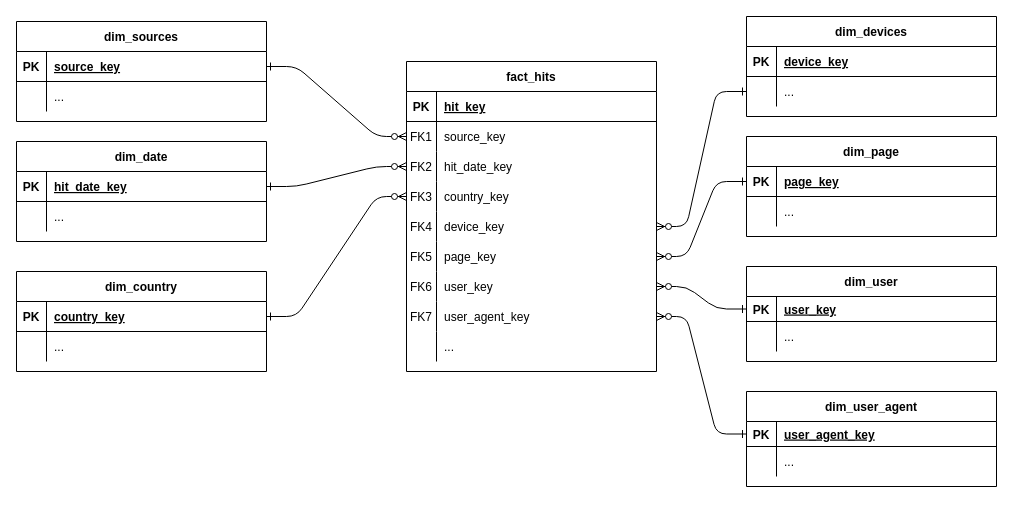
vijay-palanisamy-1986/FedEx keeps this draw.io diagram as _assignment/FedEx - Data model - DWH.drawio. Above is the earlier version. Source tidied: cells renumbered, new cells numbered last; positions are measured from the earlier drawing's top-left corner, leaving out a move shared by most shapes. Both pictures are drawn from the tidied source at 100%, with x=0, y=0 at pixel (16, 16).
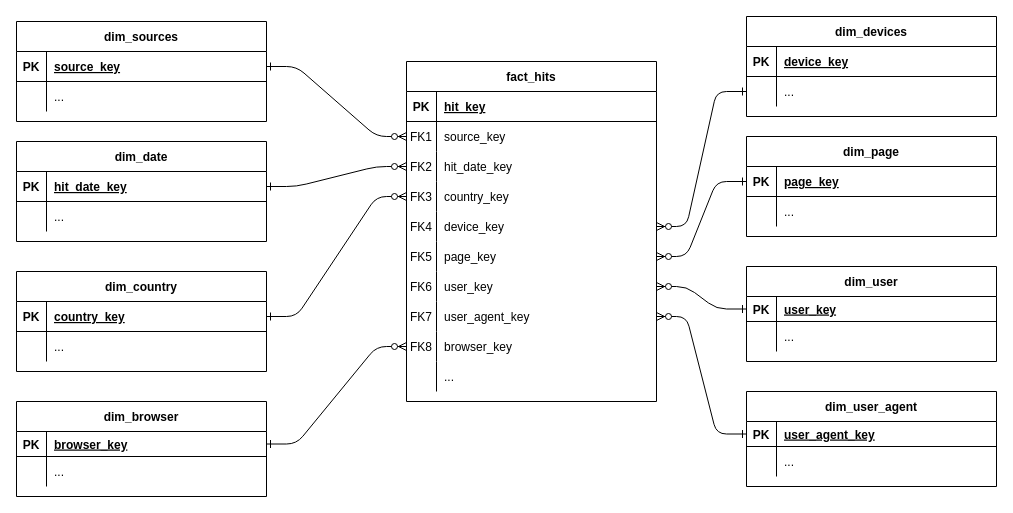
Above is the later version.

Commit message (it also covers changes not shown here):
(new) Adding browser dimension

The change refers to these unchanged cells:
```xml
<mxCell id="29" style="shape=partialRectangle;fillColor=none;points=[[0,0.5],[1,0.5]];portConstraint=eastwest;top=0;left=0;right=0;bottom=0;" parent="4" vertex="1">
  <mxGeometry y="270" width="250" height="30" as="geometry" />
</mxCell>
```

Diff of the diagram source:
```diff
@@
     <mxCell id="4" value="fact_hits" style="shape=table;startSize=30;childLayout=tableLayout;rowLines=0;fontStyle=1;align=center;" parent="1" vertex="1">
-      <mxGeometry x="390" y="45" width="250" height="310" as="geometry" />
+      <mxGeometry x="390" y="45" width="250" height="340" as="geometry" />
     </mxCell>
@@
-    <mxCell id="30" style="shape=partialRectangle;overflow=hidden;fillColor=none;top=0;left=0;bottom=0;right=0;" parent="29" vertex="1">
+    <mxCell id="30" value="FK8" style="shape=partialRectangle;overflow=hidden;fillColor=none;top=0;left=0;bottom=0;right=0;" parent="29" vertex="1">
       <mxGeometry width="30" height="30" as="geometry" />
     </mxCell>
-    <mxCell id="31" value="..." style="shape=partialRectangle;overflow=hidden;fillColor=none;top=0;left=0;bottom=0;right=0;align=left;spacingLeft=6;" parent="29" vertex="1">
+    <mxCell id="31" value="browser_key" style="shape=partialRectangle;overflow=hidden;fillColor=none;top=0;left=0;bottom=0;right=0;align=left;spacingLeft=6;" parent="29" vertex="1">
       <mxGeometry x="30" width="220" height="30" as="geometry" />
     </mxCell>
+    <mxCell id="86" style="shape=partialRectangle;fillColor=none;top=0;left=0;right=0;bottom=0;" parent="4" vertex="1">
+      <mxGeometry y="300" width="250" height="30" as="geometry" />
+    </mxCell>
+    <mxCell id="87" style="shape=partialRectangle;overflow=hidden;fillColor=none;top=0;left=0;bottom=0;right=0;" parent="86" vertex="1">
+      <mxGeometry width="30" height="30" as="geometry" />
+    </mxCell>
+    <mxCell id="88" value="..." style="shape=partialRectangle;overflow=hidden;fillColor=none;top=0;left=0;bottom=0;right=0;align=left;spacingLeft=6;" parent="86" vertex="1">
+      <mxGeometry x="30" width="220" height="30" as="geometry" />
+    </mxCell>
@@
+    <mxCell id="89" value="dim_browser" style="shape=table;startSize=30;childLayout=tableLayout;rowLines=0;fontStyle=1;align=center;" parent="1" vertex="1">
+      <mxGeometry y="385" width="250" height="95" as="geometry" />
+    </mxCell>
+    <mxCell id="90" style="shape=partialRectangle;fillColor=none;points=[[0,0.5],[1,0.5]];portConstraint=eastwest;top=0;left=0;right=0;bottom=1;" parent="89" vertex="1">
+      <mxGeometry y="30" width="250" height="25" as="geometry" />
+    </mxCell>
+    <mxCell id="91" value="PK" style="shape=partialRectangle;overflow=hidden;fillColor=none;top=0;left=0;bottom=0;right=0;fontStyle=1;" parent="90" vertex="1">
+      <mxGeometry width="30" height="25" as="geometry" />
+    </mxCell>
+    <mxCell id="92" value="browser_key" style="shape=partialRectangle;overflow=hidden;fillColor=none;top=0;left=0;bottom=0;right=0;align=left;spacingLeft=6;fontStyle=5;" parent="90" vertex="1">
+      <mxGeometry x="30" width="220" height="25" as="geometry" />
+    </mxCell>
+    <mxCell id="93" style="shape=partialRectangle;fillColor=none;top=0;left=0;right=0;bottom=0;" parent="89" vertex="1">
+      <mxGeometry y="55" width="250" height="30" as="geometry" />
+    </mxCell>
+    <mxCell id="94" style="shape=partialRectangle;overflow=hidden;fillColor=none;top=0;left=0;bottom=0;right=0;" parent="93" vertex="1">
+      <mxGeometry width="30" height="30" as="geometry" />
+    </mxCell>
+    <mxCell id="95" value="..." style="shape=partialRectangle;overflow=hidden;fillColor=none;top=0;left=0;bottom=0;right=0;align=left;spacingLeft=6;" parent="93" vertex="1">
+      <mxGeometry x="30" width="220" height="30" as="geometry" />
+    </mxCell>
+    <mxCell id="96" style="edgeStyle=entityRelationEdgeStyle;endArrow=ERzeroToMany;startArrow=ERone;endFill=1;startFill=0;exitX=1;exitY=0.5;exitDx=0;exitDy=0;entryX=0;entryY=0.5;entryDx=0;entryDy=0;" parent="1" edge="1" source="90" target="29">
+      <mxGeometry relative="1" as="geometry" />
+    </mxCell>
```
